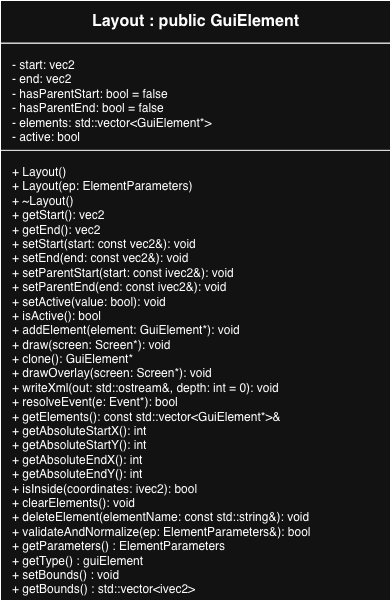
Above: images/Layout_UML.png in cgreen2048/ArtHuddle (draw.io), before the change. Source tidied: cells renumbered, new cells last; positions are measured from the earlier drawing's top-left corner, leaving out a move shared by most shapes. The source it was exported from:
```xml
<mxGraphModel>
  <root>
    <mxCell id="0" />
    <mxCell id="1" parent="0" />
    <mxCell id="2" style="shape=rectangle;whiteSpace=wrap;html=1;" parent="1" vertex="1">
      <mxGeometry width="390" height="600" as="geometry" />
    </mxCell>
    <mxCell id="3" value="&lt;b&gt;Layout : public GuiElement&lt;/b&gt;" style="shape=rectangle;html=1;align=center;verticalAlign=middle;fontStyle=1;fontSize=16;" parent="2" vertex="1">
      <mxGeometry width="390" height="42.8" as="geometry" />
    </mxCell>
    <mxCell id="4" value=" - start: vec2&lt;br&gt; - end: vec2&lt;br&gt; - hasParentStart: bool = false&lt;br&gt; - hasParentEnd: bool = false&lt;br&gt; - elements: std::vector&amp;lt;GuiElement*&amp;gt;&lt;br&gt; - active: bool         " style="shape=rectangle;html=1;align=left;verticalAlign=top;spacingLeft=10;spacingTop=8;" parent="2" vertex="1">
      <mxGeometry y="42.8" width="390" height="128.3" as="geometry" />
    </mxCell>
    <mxCell id="5" value=" + Layout()&lt;br&gt; + Layout(ep: ElementParameters)&lt;br&gt; + ~Layout()&lt;br&gt; + getStart(): vec2&lt;br&gt; + getEnd(): vec2&lt;br&gt; + setStart(start: const vec2&amp;amp;): void&lt;br&gt; + setEnd(end: const vec2&amp;amp;): void&lt;br&gt; + setParentStart(start: const ivec2&amp;amp;): void&lt;br&gt; + setParentEnd(end: const ivec2&amp;amp;): void&lt;br&gt; + setActive(value: bool): void&lt;br&gt; + isActive(): bool&lt;br&gt; + addElement(element: GuiElement*): void&lt;br&gt; + draw(screen: Screen*): void&lt;br&gt; + clone(): GuiElement*&lt;br&gt; + drawOverlay(screen: Screen*): void&lt;br&gt; + writeXml(out: std::ostream&amp;amp;, depth: int = 0): void&lt;br&gt; + resolveEvent(e: Event*): bool&lt;br&gt; + getElements(): const std::vector&amp;lt;GuiElement*&amp;gt;&amp;amp;&lt;br&gt; + getAbsoluteStartX(): int&lt;br&gt; + getAbsoluteStartY(): int&lt;br&gt; + getAbsoluteEndX(): int&lt;br&gt; + getAbsoluteEndY(): int&lt;br&gt; + isInside(coordinates: ivec2): bool&lt;br&gt; + clearElements(): void&lt;br&gt; + deleteElement(elementName: const std::string&amp;amp;): void&lt;br&gt; + validateAndNormalize(ep: ElementParameters&amp;amp;): bool&lt;div&gt;+ getParameters() : ElementParameters&lt;/div&gt;&lt;div&gt;+ getType() : guiElement&lt;/div&gt;&lt;div&gt;&lt;div&gt;+ setBounds() : void&lt;/div&gt;&lt;div&gt;+ getBounds() : std::vector&amp;lt;ivec2&amp;gt;&lt;/div&gt;&lt;/div&gt;" style="shape=rectangle;html=1;align=left;verticalAlign=top;spacingLeft=10;spacingTop=8;" parent="2" vertex="1">
      <mxGeometry y="149.8" width="390" height="450.2" as="geometry" />
    </mxCell>
  </root>
</mxGraphModel>
```
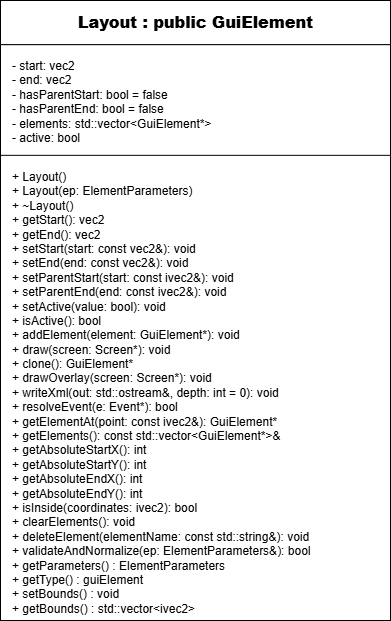
Later version of the same file.

The edit, as a diff of the source:
```diff
@@ -3,16 +3,16 @@
     <mxCell id="0" />
     <mxCell id="1" parent="0" />
     <mxCell id="2" style="shape=rectangle;whiteSpace=wrap;html=1;" parent="1" vertex="1">
-      <mxGeometry width="390" height="600" as="geometry" />
+      <mxGeometry width="390" height="620" as="geometry" />
     </mxCell>
     <mxCell id="3" value="&lt;b&gt;Layout : public GuiElement&lt;/b&gt;" style="shape=rectangle;html=1;align=center;verticalAlign=middle;fontStyle=1;fontSize=16;" parent="2" vertex="1">
-      <mxGeometry width="390" height="42.8" as="geometry" />
+      <mxGeometry width="390" height="44.2" as="geometry" />
     </mxCell>
     <mxCell id="4" value=" - start: vec2&lt;br&gt; - end: vec2&lt;br&gt; - hasParentStart: bool = false&lt;br&gt; - hasParentEnd: bool = false&lt;br&gt; - elements: std::vector&amp;lt;GuiElement*&amp;gt;&lt;br&gt; - active: bool         " style="shape=rectangle;html=1;align=left;verticalAlign=top;spacingLeft=10;spacingTop=8;" parent="2" vertex="1">
-      <mxGeometry y="42.8" width="390" height="128.3" as="geometry" />
+      <mxGeometry y="44.2" width="390" height="132.5" as="geometry" />
     </mxCell>
-    <mxCell id="5" value=" + Layout()&lt;br&gt; + Layout(ep: ElementParameters)&lt;br&gt; + ~Layout()&lt;br&gt; + getStart(): vec2&lt;br&gt; + getEnd(): vec2&lt;br&gt; + setStart(start: const vec2&amp;amp;): void&lt;br&gt; + setEnd(end: const vec2&amp;amp;): void&lt;br&gt; + setParentStart(start: const ivec2&amp;amp;): void&lt;br&gt; + setParentEnd(end: const ivec2&amp;amp;): void&lt;br&gt; + setActive(value: bool): void&lt;br&gt; + isActive(): bool&lt;br&gt; + addElement(element: GuiElement*): void&lt;br&gt; + draw(screen: Screen*): void&lt;br&gt; + clone(): GuiElement*&lt;br&gt; + drawOverlay(screen: Screen*): void&lt;br&gt; + writeXml(out: std::ostream&amp;amp;, depth: int = 0): void&lt;br&gt; + resolveEvent(e: Event*): bool&lt;br&gt; + getElements(): const std::vector&amp;lt;GuiElement*&amp;gt;&amp;amp;&lt;br&gt; + getAbsoluteStartX(): int&lt;br&gt; + getAbsoluteStartY(): int&lt;br&gt; + getAbsoluteEndX(): int&lt;br&gt; + getAbsoluteEndY(): int&lt;br&gt; + isInside(coordinates: ivec2): bool&lt;br&gt; + clearElements(): void&lt;br&gt; + deleteElement(elementName: const std::string&amp;amp;): void&lt;br&gt; + validateAndNormalize(ep: ElementParameters&amp;amp;): bool&lt;div&gt;+ getParameters() : ElementParameters&lt;/div&gt;&lt;div&gt;+ getType() : guiElement&lt;/div&gt;&lt;div&gt;&lt;div&gt;+ setBounds() : void&lt;/div&gt;&lt;div&gt;+ getBounds() : std::vector&amp;lt;ivec2&amp;gt;&lt;/div&gt;&lt;/div&gt;" style="shape=rectangle;html=1;align=left;verticalAlign=top;spacingLeft=10;spacingTop=8;" parent="2" vertex="1">
-      <mxGeometry y="149.8" width="390" height="450.2" as="geometry" />
+    <mxCell id="5" value=" + Layout()&lt;br&gt; + Layout(ep: ElementParameters)&lt;br&gt; + ~Layout()&lt;br&gt; + getStart(): vec2&lt;br&gt; + getEnd(): vec2&lt;br&gt; + setStart(start: const vec2&amp;amp;): void&lt;br&gt; + setEnd(end: const vec2&amp;amp;): void&lt;br&gt; + setParentStart(start: const ivec2&amp;amp;): void&lt;br&gt; + setParentEnd(end: const ivec2&amp;amp;): void&lt;br&gt; + setActive(value: bool): void&lt;br&gt; + isActive(): bool&lt;br&gt; + addElement(element: GuiElement*): void&lt;br&gt; + draw(screen: Screen*): void&lt;br&gt; + clone(): GuiElement*&lt;br&gt; + drawOverlay(screen: Screen*): void&lt;br&gt; + writeXml(out: std::ostream&amp;amp;, depth: int = 0): void&lt;br&gt; + resolveEvent(e: Event*): bool&lt;div&gt;+ getElementAt(point: const ivec2&amp;amp;): GuiElement*&lt;br&gt; + getElements(): const std::vector&amp;lt;GuiElement*&amp;gt;&amp;amp;&lt;br&gt; + getAbsoluteStartX(): int&lt;br&gt; + getAbsoluteStartY(): int&lt;br&gt; + getAbsoluteEndX(): int&lt;br&gt; + getAbsoluteEndY(): int&lt;br&gt; + isInside(coordinates: ivec2): bool&lt;br&gt; + clearElements(): void&lt;br&gt; + deleteElement(elementName: const std::string&amp;amp;): void&lt;br&gt; + validateAndNormalize(ep: ElementParameters&amp;amp;): bool&lt;div&gt;+ getParameters() : ElementParameters&lt;/div&gt;&lt;div&gt;+ getType() : guiElement&lt;/div&gt;&lt;div&gt;&lt;div&gt;+ setBounds() : void&lt;/div&gt;&lt;div&gt;+ getBounds() : std::vector&amp;lt;ivec2&amp;gt;&lt;/div&gt;&lt;/div&gt;&lt;/div&gt;" style="shape=rectangle;html=1;align=left;verticalAlign=top;spacingLeft=10;spacingTop=8;" parent="2" vertex="1">
+      <mxGeometry y="154.8" width="390" height="465.2" as="geometry" />
     </mxCell>
   </root>
 </mxGraphModel>
```
